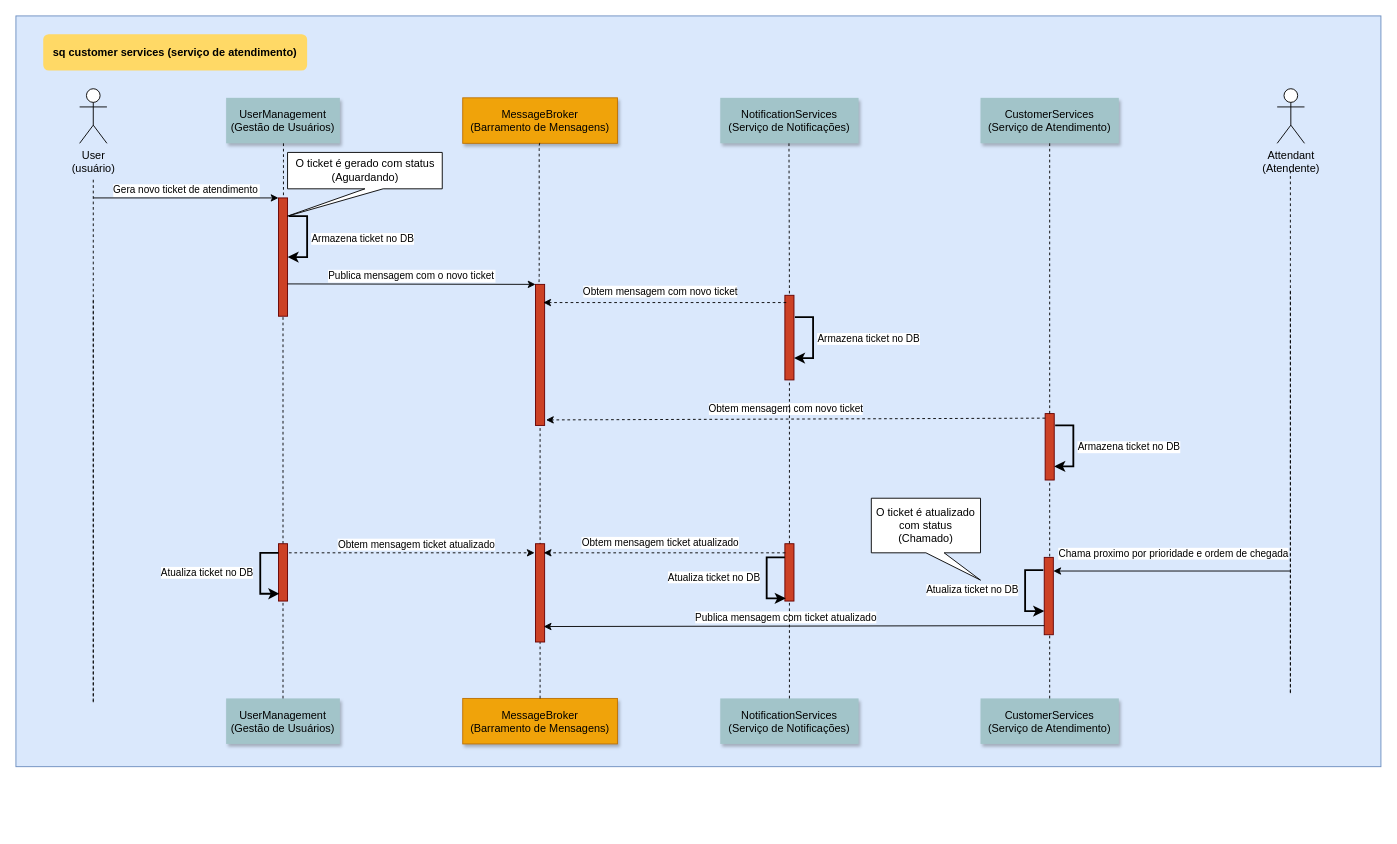
Before: Customer_services_sq.drawio in ArquitetoMovel/customer-services, a draw.io diagram. Source tidied: cells renumbered, new cells numbered last; positions are measured from the earlier drawing's top-left corner, leaving out a move shared by most shapes. Both pictures are drawn from the tidied source at 91%, with x=0, y=0 at pixel (15, 15).
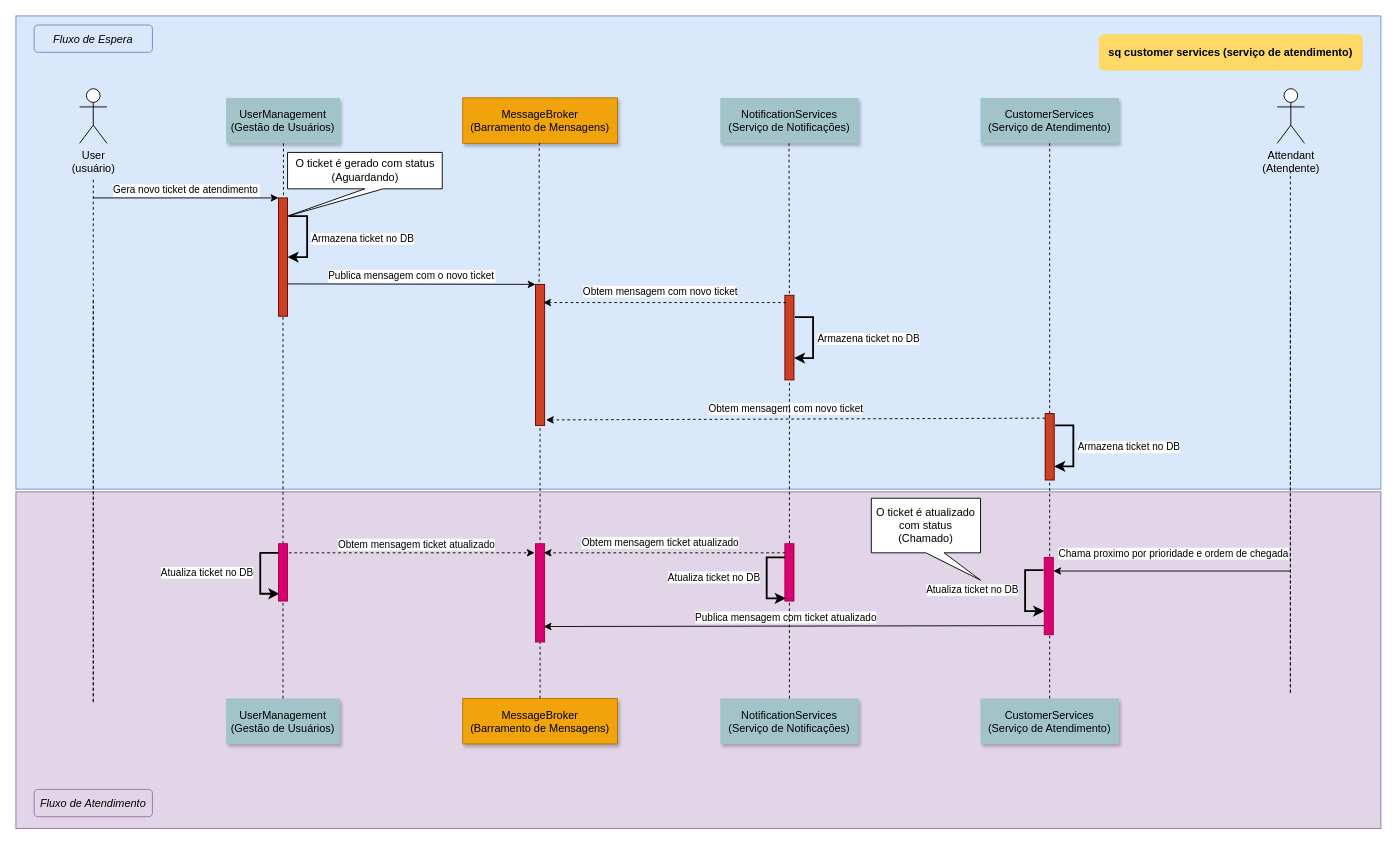
Above is the later version.

What changed in the source:
```diff
@@
+    <mxCell id="62" style="fillColor=#e1d5e7;strokeColor=#9673a6;" parent="1" vertex="1">
+      <mxGeometry y="523" width="1500" height="370" as="geometry" />
+    </mxCell>
     <mxCell id="2" style="fillColor=#dae8fc;strokeColor=#6c8ebf;" parent="1" vertex="1">
-      <mxGeometry width="1500" height="825" as="geometry" />
+      <mxGeometry width="1500" height="520" as="geometry" />
     </mxCell>
     <mxCell id="3" value="sq customer services (serviço de atendimento)" style="rounded=1;fontStyle=1;fillColor=#FFD966;strokeColor=none;" parent="1" vertex="1">
-      <mxGeometry x="30" y="20" width="290" height="40" as="geometry" />
+      <mxGeometry x="1190" y="20" width="290" height="40" as="geometry" />
     </mxCell>
@@
-    <mxCell id="40" style="fillColor=#CC4125;strokeColor=#660000;" parent="1" vertex="1">
+    <mxCell id="40" style="fillColor=#d80073;strokeColor=#A50040;fontColor=#ffffff;" parent="1" vertex="1">
       <mxGeometry x="1130" y="595" width="10" height="85" as="geometry" />
     </mxCell>
@@
-    <mxCell id="46" style="fillColor=#CC4125;strokeColor=#660000;" parent="1" vertex="1">
+    <mxCell id="46" style="fillColor=#d80073;strokeColor=#A50040;fontColor=#ffffff;" parent="1" vertex="1">
       <mxGeometry x="571" y="580" width="10" height="108" as="geometry" />
     </mxCell>
@@
-    <mxCell id="51" style="fillColor=#CC4125;strokeColor=#660000;" parent="1" vertex="1">
+    <mxCell id="51" style="fillColor=#d80073;strokeColor=#A50040;fontColor=#ffffff;" parent="1" vertex="1">
       <mxGeometry x="845" y="580" width="10" height="63" as="geometry" />
     </mxCell>
@@
-    <mxCell id="53" style="fillColor=#CC4125;strokeColor=#660000;" parent="1" vertex="1">
+    <mxCell id="53" style="fillColor=#d80073;strokeColor=#A50040;fontColor=#ffffff;" parent="1" vertex="1">
       <mxGeometry x="288.5" y="580" width="10" height="63" as="geometry" />
     </mxCell>
@@
+    <mxCell id="63" value="Fluxo de Espera" style="rounded=1;fontStyle=2;fillColor=#dae8fc;strokeColor=#6c8ebf;align=center;" parent="1" vertex="1">
+      <mxGeometry x="20" y="10" width="130" height="30" as="geometry" />
+    </mxCell>
+    <mxCell id="64" value="Fluxo de Atendimento" style="rounded=1;fontStyle=2;fillColor=#e1d5e7;strokeColor=#9673a6;align=center;" parent="1" vertex="1">
+      <mxGeometry x="20" y="850" width="130" height="30" as="geometry" />
+    </mxCell>
```
